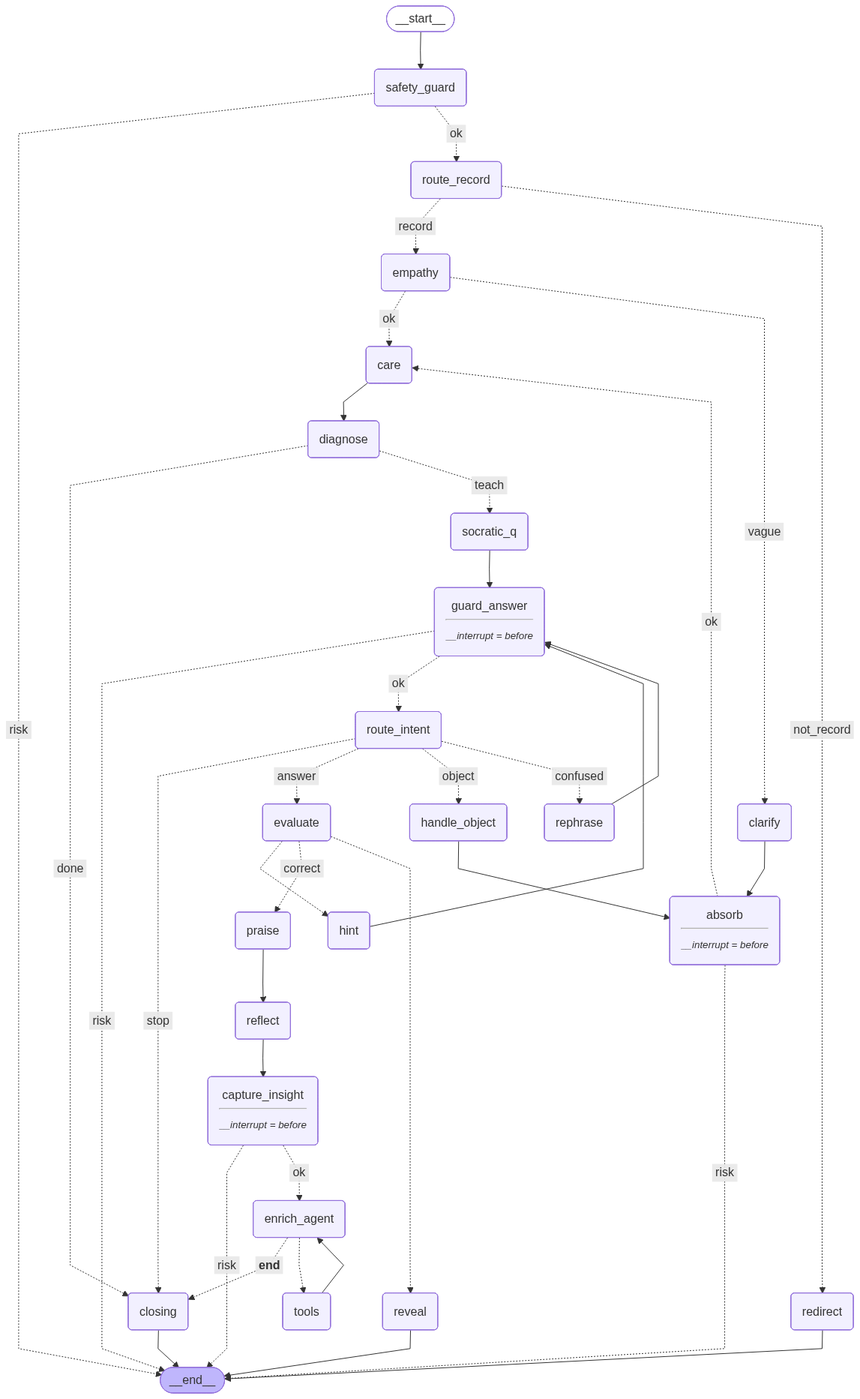
HaileyGit/ai-engineer-club-submissions keeps this Mermaid diagram as graduation-selfcare-coach/coach_graph.png. Above is the earlier version. Its source is kept beside it as graduation-selfcare-coach/coach_graph.mmd.
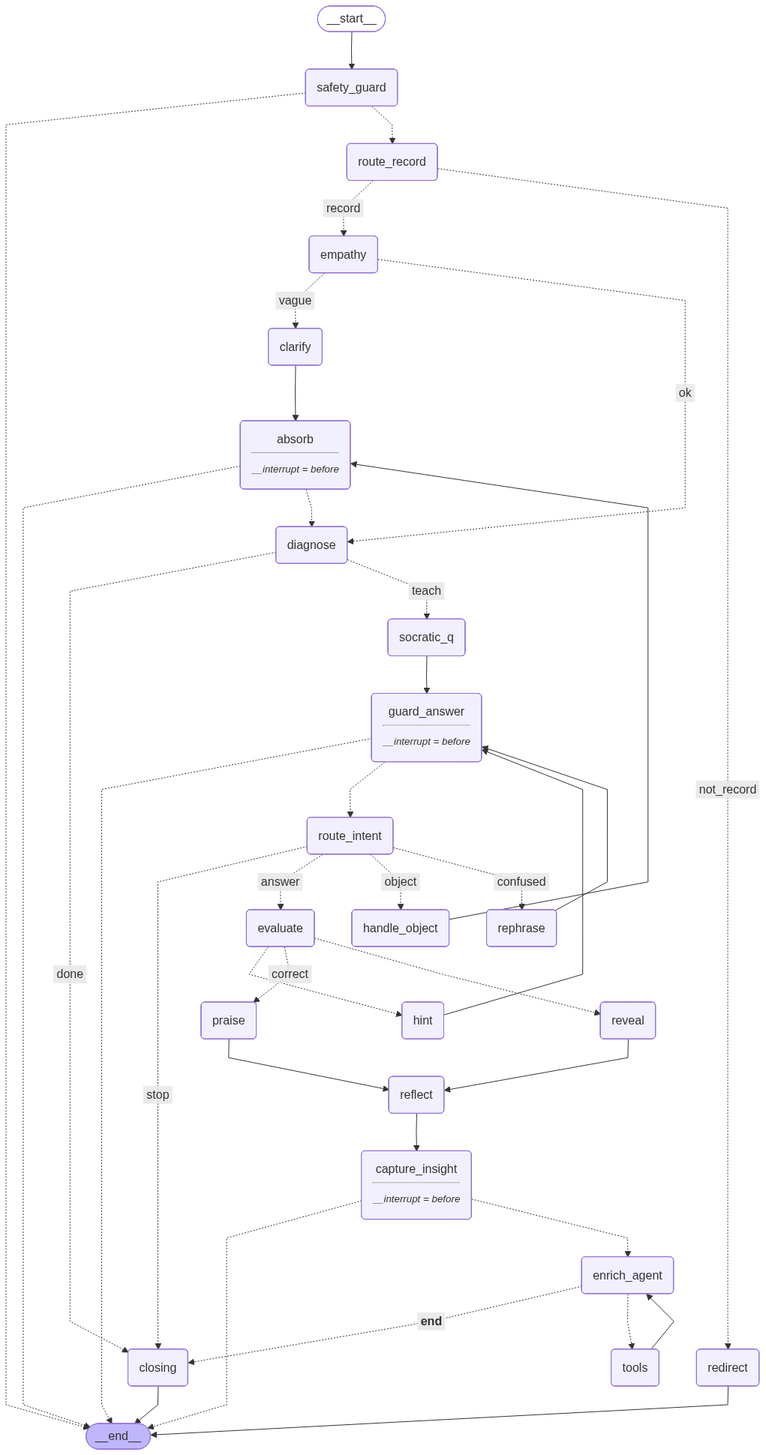
After the commit.

Commit message:
졸업과제 README 갱신 + 그래프 다이어그램 현행화 (care 제거·발견 컬렉션 반영)

The edit, as a diff of the source:
```diff
@@ -15,7 +15,6 @@
 	empathy(empathy)
 	clarify(clarify)
 	absorb(absorb<hr/><small><em>__interrupt = before</em></small>)
-	care(care)
 	diagnose(diagnose)
 	socratic_q(socratic_q)
 	evaluate(evaluate)
@@ -29,41 +28,40 @@
 	tools(tools)
 	__end__([<p>__end__</p>]):::last
 	__start__ --> safety_guard;
-	absorb -. &nbsp;risk&nbsp; .-> __end__;
-	absorb -. &nbsp;ok&nbsp; .-> care;
-	capture_insight -. &nbsp;risk&nbsp; .-> __end__;
-	capture_insight -. &nbsp;ok&nbsp; .-> enrich_agent;
-	care --> diagnose;
+	absorb -.-> __end__;
+	absorb -.-> diagnose;
+	capture_insight -.-> __end__;
+	capture_insight -.-> enrich_agent;
 	clarify --> absorb;
 	diagnose -. &nbsp;done&nbsp; .-> closing;
 	diagnose -. &nbsp;teach&nbsp; .-> socratic_q;
-	empathy -. &nbsp;ok&nbsp; .-> care;
 	empathy -. &nbsp;vague&nbsp; .-> clarify;
+	empathy -. &nbsp;ok&nbsp; .-> diagnose;
 	enrich_agent -. &nbsp;__end__&nbsp; .-> closing;
 	enrich_agent -.-> tools;
 	evaluate -.-> hint;
 	evaluate -. &nbsp;correct&nbsp; .-> praise;
 	evaluate -.-> reveal;
-	guard_answer -. &nbsp;risk&nbsp; .-> __end__;
-	guard_answer -. &nbsp;ok&nbsp; .-> route_intent;
+	guard_answer -.-> __end__;
+	guard_answer -.-> route_intent;
 	handle_object --> absorb;
 	hint --> guard_answer;
 	praise --> reflect;
 	reflect --> capture_insight;
 	rephrase --> guard_answer;
+	reveal --> reflect;
 	route_intent -. &nbsp;stop&nbsp; .-> closing;
 	route_intent -. &nbsp;answer&nbsp; .-> evaluate;
 	route_intent -. &nbsp;object&nbsp; .-> handle_object;
 	route_intent -. &nbsp;confused&nbsp; .-> rephrase;
 	route_record -. &nbsp;record&nbsp; .-> empathy;
 	route_record -. &nbsp;not_record&nbsp; .-> redirect;
-	safety_guard -. &nbsp;risk&nbsp; .-> __end__;
-	safety_guard -. &nbsp;ok&nbsp; .-> route_record;
+	safety_guard -.-> __end__;
+	safety_guard -.-> route_record;
 	socratic_q --> guard_answer;
 	tools --> enrich_agent;
 	closing --> __end__;
 	redirect --> __end__;
-	reveal --> __end__;
 	classDef default fill:#f2f0ff,line-height:1.2
 	classDef first fill-opacity:0
 	classDef last fill:#bfb6fc
```
